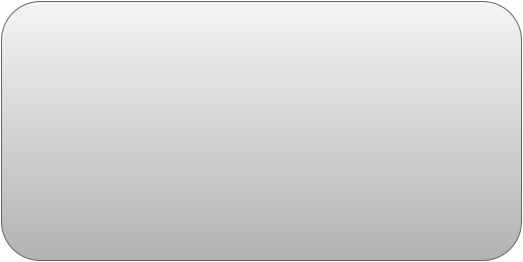
The draw.io diagram ArchSW-docs/uml/process_view/Example3.png in vkostyukov/la4j, before a commit. Source tidied: cells renumbered, new cells last; positions are measured from the earlier drawing's top-left corner, leaving out a move shared by most shapes. Source of this version:
```xml
<mxGraphModel background="#ffffff">
  <root>
    <mxCell id="0" />
    <mxCell id="1" parent="0" />
    <mxCell id="2" style="rounded=1;whiteSpace=wrap;html=1;plain-gray;" parent="1" vertex="1">
      <mxGeometry width="520" height="259" as="geometry" />
    </mxCell>
  </root>
</mxGraphModel>
```
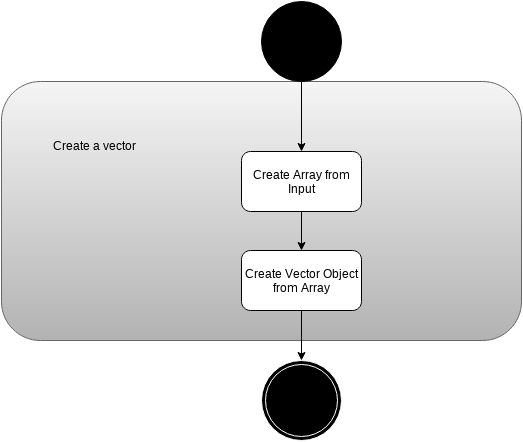
After the commit.

Diff of the diagram source:
```diff
@@ -2,8 +2,35 @@
   <root>
     <mxCell id="0" />
     <mxCell id="1" parent="0" />
+    <mxCell id="3" style="rounded=1;whiteSpace=wrap;html=1;plain-gray;" parent="1" vertex="1">
+      <mxGeometry x="-260" y="80" width="520" height="259" as="geometry" />
+    </mxCell>
-    <mxCell id="2" style="rounded=1;whiteSpace=wrap;html=1;plain-gray;" parent="1" vertex="1">
-      <mxGeometry width="520" height="259" as="geometry" />
+    <mxCell id="2" style="ellipse;whiteSpace=wrap;html=1;fillColor=#000000;" parent="1" vertex="1">
+      <mxGeometry width="80" height="80" as="geometry" />
     </mxCell>
+    <mxCell id="4" style="edgeStyle=orthogonalEdgeStyle;rounded=0;html=1;exitX=0.5;exitY=1;jettySize=auto;" parent="1" edge="1" source="5" target="10">
+      <mxGeometry relative="1" as="geometry" />
+    </mxCell>
+    <mxCell id="5" value="Create Array from Input&lt;br&gt;" style="rounded=1;whiteSpace=wrap;html=1;fillColor=#ffffff;strokeColor=#000000;" parent="1" vertex="1">
+      <mxGeometry x="-20" y="150" width="120" height="60" as="geometry" />
+    </mxCell>
+    <mxCell id="6" style="endArrow=classic;html=1;exitX=0.5;exitY=1;" parent="1" edge="1" source="2" target="5">
+      <mxGeometry relative="1" as="geometry" />
+    </mxCell>
+    <mxCell id="7" value="Create a vector&lt;br&gt;" style="text;html=1;strokeColor=none;fillColor=none;align=center;verticalAlign=middle;whiteSpace=wrap;overflow=hidden;" parent="1" vertex="1">
+      <mxGeometry x="-248" y="119" width="160" height="50" as="geometry" />
+    </mxCell>
+    <mxCell id="8" style="edgeStyle=orthogonalEdgeStyle;rounded=0;html=1;exitX=0.5;exitY=1;jettySize=auto;orthogonalLoop=1;" parent="1" edge="1" source="5" target="5">
+      <mxGeometry relative="1" as="geometry" />
+    </mxCell>
+    <mxCell id="9" style="edgeStyle=orthogonalEdgeStyle;rounded=0;html=1;exitX=0.5;exitY=1;jettySize=auto;" parent="1" edge="1" source="10" target="11">
+      <mxGeometry relative="1" as="geometry" />
+    </mxCell>
+    <mxCell id="10" value="Create Vector Object from Array&lt;br&gt;" style="rounded=1;whiteSpace=wrap;html=1;" parent="1" vertex="1">
+      <mxGeometry x="-20" y="249" width="120" height="60" as="geometry" />
+    </mxCell>
+    <mxCell id="11" style="ellipse;shape=doubleEllipse;whiteSpace=wrap;html=1;fillColor=#000000;strokeColor=#FFFFFF;" parent="1" vertex="1">
+      <mxGeometry y="359" width="80" height="80" as="geometry" />
+    </mxCell>
   </root>
 </mxGraphModel>
```
